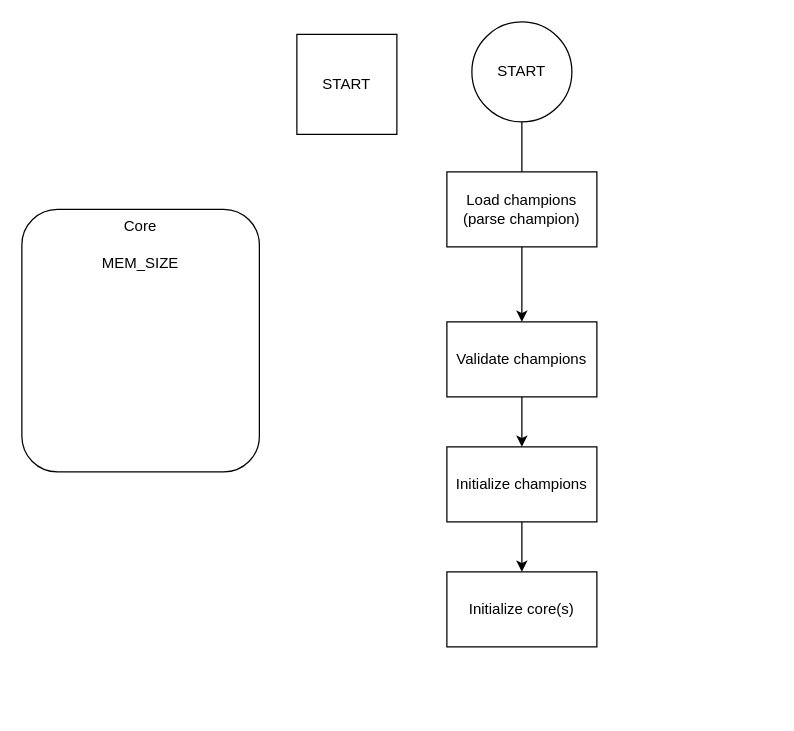
The draw.io diagram flow_chart.drawio in rswhipple/Core-War, before the edit. Source tidied: cells renumbered, new cells numbered last; positions are measured from the earlier drawing's top-left corner, leaving out a move shared by most shapes. Both pictures are drawn from the tidied source at 125%, with x=0, y=0 at pixel (21, 21).
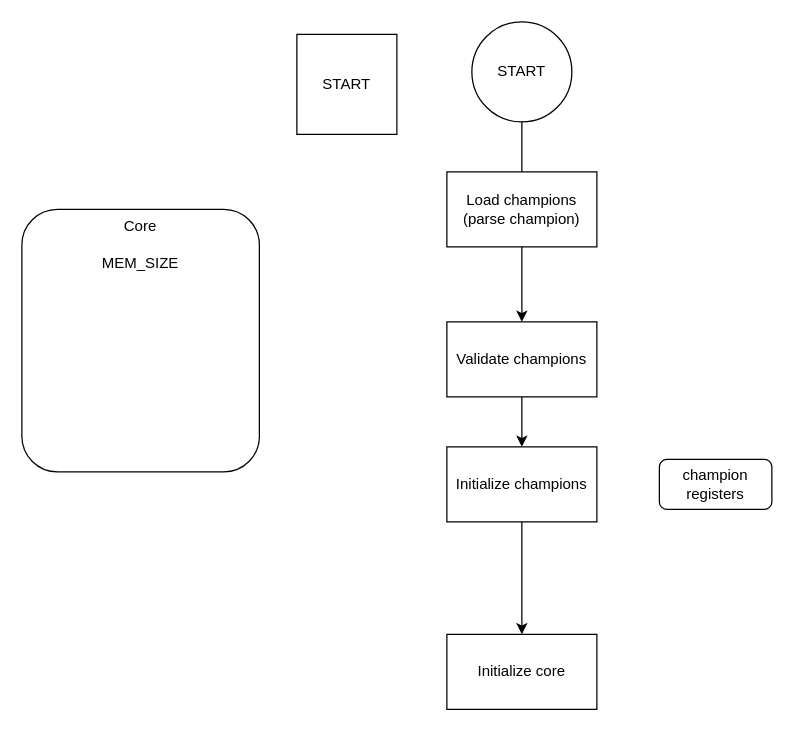
The same diagram, later.

Diff of the diagram source:
```diff
@@
 <mxGraphModel>
   <root>
     <mxCell id="0" />
     <mxCell id="1" parent="0" />
     <mxCell id="2" value="START" style="whiteSpace=wrap;html=1;" parent="1" vertex="1">
       <mxGeometry x="220" y="10" width="80" height="80" as="geometry" />
     </mxCell>
     <mxCell id="3" style="edgeStyle=none;html=1;" parent="1" edge="1" source="4" target="9">
       <mxGeometry relative="1" as="geometry" />
     </mxCell>
     <mxCell id="4" value="START" style="ellipse;whiteSpace=wrap;html=1;" parent="1" vertex="1">
       <mxGeometry x="360" width="80" height="80" as="geometry" />
     </mxCell>
     <mxCell id="5" value="Load champions&lt;br&gt;(parse champion)" style="rounded=0;whiteSpace=wrap;html=1;" parent="1" vertex="1">
       <mxGeometry x="340" y="120" width="120" height="60" as="geometry" />
     </mxCell>
-    <mxCell id="6" value="Initialize core(s)" style="whiteSpace=wrap;html=1;" parent="1" vertex="1">
-      <mxGeometry x="340" y="440" width="120" height="60" as="geometry" />
+    <mxCell id="6" value="Initialize core" style="whiteSpace=wrap;html=1;" parent="1" vertex="1">
+      <mxGeometry x="340" y="490" width="120" height="60" as="geometry" />
     </mxCell>
     <mxCell id="7" value="Core&lt;br&gt;&lt;br&gt;MEM_SIZE" style="rounded=1;whiteSpace=wrap;html=1;verticalAlign=top;align=center;arcSize=15;" parent="1" vertex="1">
       <mxGeometry y="150" width="190" height="210" as="geometry" />
     </mxCell>
     <mxCell id="8" style="edgeStyle=none;html=1;" parent="1" edge="1" source="9" target="11">
       <mxGeometry relative="1" as="geometry" />
     </mxCell>
     <mxCell id="9" value="Validate champions" style="whiteSpace=wrap;html=1;" parent="1" vertex="1">
       <mxGeometry x="340" y="240" width="120" height="60" as="geometry" />
     </mxCell>
     <mxCell id="10" style="edgeStyle=none;html=1;" parent="1" edge="1" source="11" target="6">
       <mxGeometry relative="1" as="geometry" />
     </mxCell>
     <mxCell id="11" value="Initialize champions" style="whiteSpace=wrap;html=1;" parent="1" vertex="1">
       <mxGeometry x="340" y="340" width="120" height="60" as="geometry" />
     </mxCell>
+    <mxCell id="12" value="champion&lt;br&gt;registers" style="rounded=1;whiteSpace=wrap;html=1;" parent="1" vertex="1">
+      <mxGeometry x="510" y="350" width="90" height="40" as="geometry" />
+    </mxCell>
   </root>
 </mxGraphModel>
```
